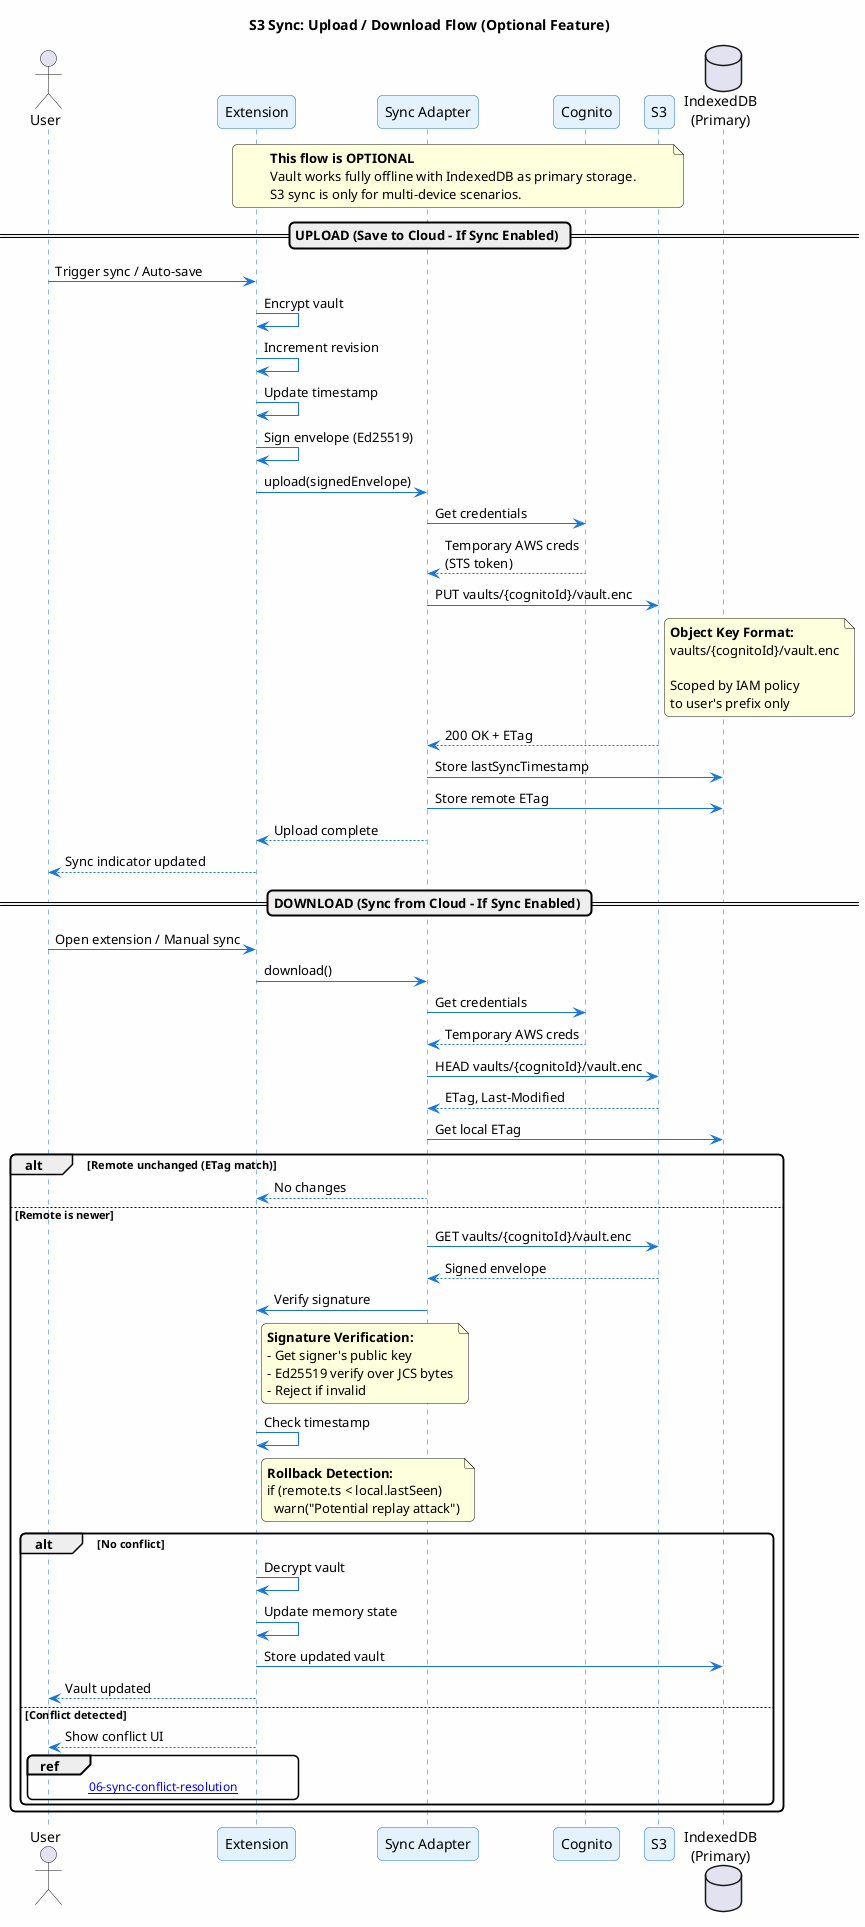
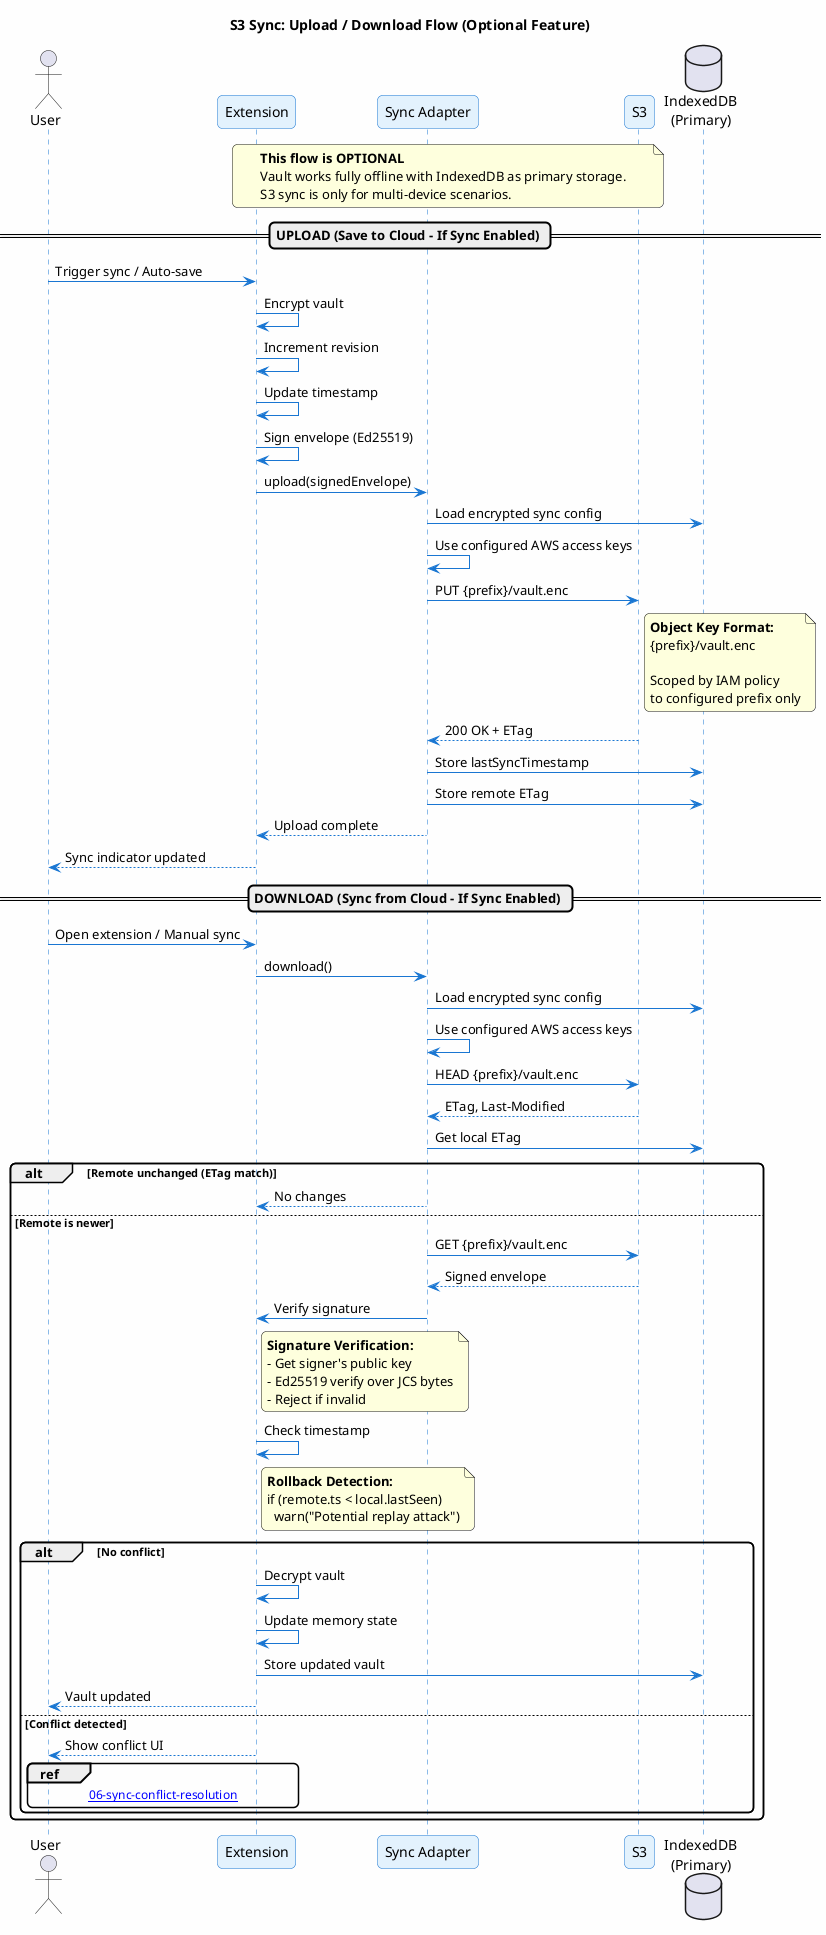
@startuml 02-cloud-sync-upload-download
title S3 Sync: Upload / Download Flow (Optional Feature)

skinparam backgroundColor #FEFEFE
skinparam roundcorner 10
skinparam shadowing false

skinparam sequence {
    ArrowColor #1976D2
    LifeLineBorderColor #1976D2
    ParticipantBackgroundColor #E3F2FD
    ParticipantBorderColor #1976D2
}

actor User as user
participant "Extension" as ext
participant "Sync Adapter" as sync
- participant "Cognito" as cognito
participant "S3" as s3
database "IndexedDB\n(Primary)" as idb

note over ext, s3
    **This flow is OPTIONAL**
    Vault works fully offline with IndexedDB as primary storage.
    S3 sync is only for multi-device scenarios.
end note

== UPLOAD (Save to Cloud - If Sync Enabled) ==

user -> ext : Trigger sync / Auto-save
ext -> ext : Encrypt vault
ext -> ext : Increment revision
ext -> ext : Update timestamp
ext -> ext : Sign envelope (Ed25519)

ext -> sync : upload(signedEnvelope)

- sync -> cognito : Get credentials
- cognito --> sync : Temporary AWS creds\n(STS token)
+ sync -> idb : Load encrypted sync config
+ sync -> sync : Use configured AWS access keys

- sync -> s3 : PUT vaults/{cognitoId}/vault.enc
+ sync -> s3 : PUT {prefix}/vault.enc
note right of s3
    **Object Key Format:**
-     vaults/{cognitoId}/vault.enc
+     {prefix}/vault.enc

    Scoped by IAM policy
-     to user's prefix only
+     to configured prefix only
end note

s3 --> sync : 200 OK + ETag

sync -> idb : Store lastSyncTimestamp
sync -> idb : Store remote ETag
sync --> ext : Upload complete

ext --> user : Sync indicator updated

== DOWNLOAD (Sync from Cloud - If Sync Enabled) ==

user -> ext : Open extension / Manual sync
ext -> sync : download()

- sync -> cognito : Get credentials
- cognito --> sync : Temporary AWS creds
+ sync -> idb : Load encrypted sync config
+ sync -> sync : Use configured AWS access keys

- sync -> s3 : HEAD vaults/{cognitoId}/vault.enc
+ sync -> s3 : HEAD {prefix}/vault.enc
s3 --> sync : ETag, Last-Modified

sync -> idb : Get local ETag
alt Remote unchanged (ETag match)
    sync --> ext : No changes
else Remote is newer
-     sync -> s3 : GET vaults/{cognitoId}/vault.enc
+     sync -> s3 : GET {prefix}/vault.enc
    s3 --> sync : Signed envelope

    sync -> ext : Verify signature
    note right of ext
        **Signature Verification:**
        - Get signer's public key
        - Ed25519 verify over JCS bytes
        - Reject if invalid
    end note

    ext -> ext : Check timestamp
    note right of ext
        **Rollback Detection:**
        if (remote.ts < local.lastSeen)
          warn("Potential replay attack")
    end note

    alt No conflict
        ext -> ext : Decrypt vault
        ext -> ext : Update memory state
        ext -> idb : Store updated vault
        ext --> user : Vault updated
    else Conflict detected
        ext --> user : Show conflict UI
        ref over user, ext : [[06-sync-conflict-resolution]]
    end
end

- @enduml+ @enduml
